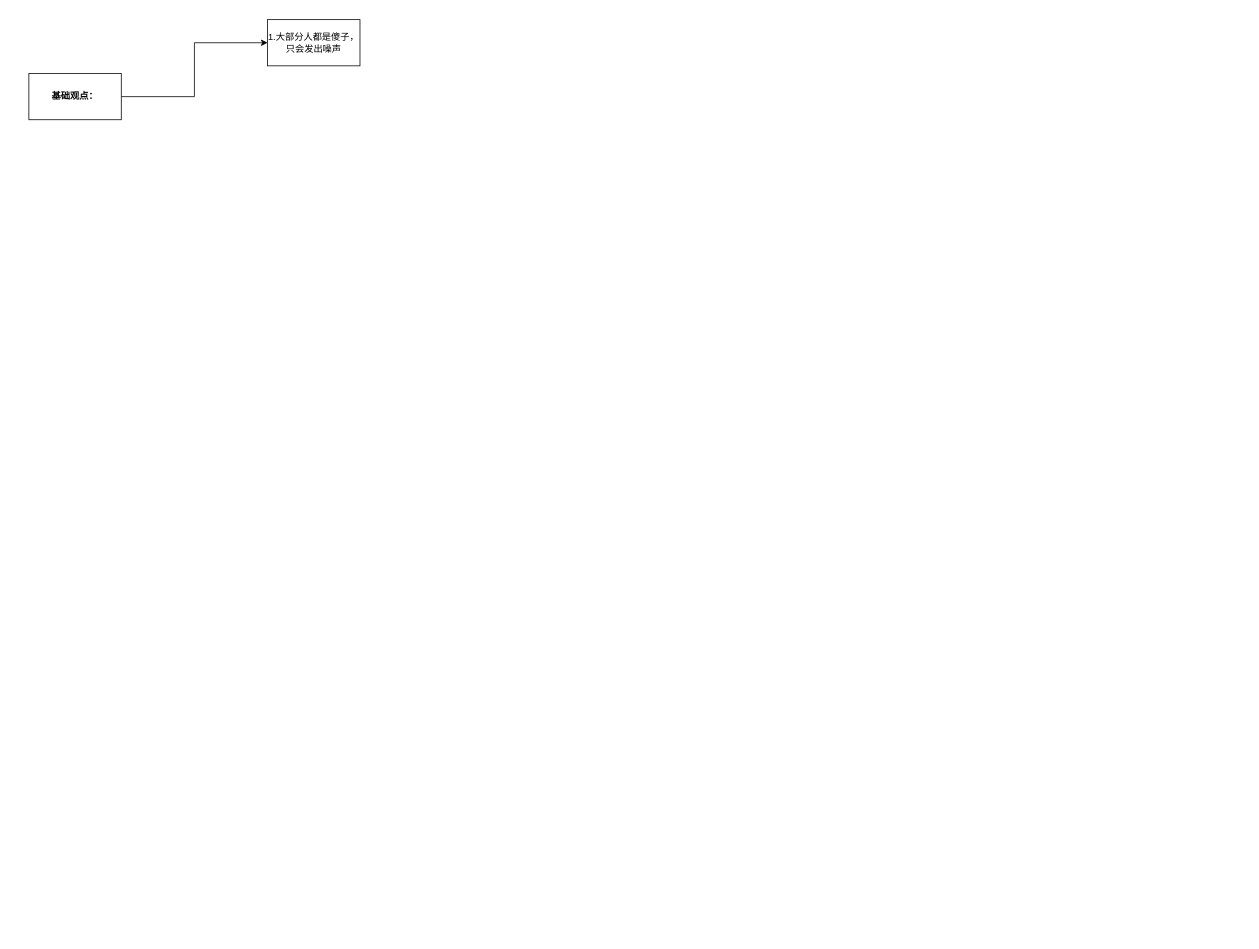
The draw.io diagram 写文总体思路.drawio in CaptainCCCP/Draw-io-cloud, before the edit. Source tidied: cells renumbered, new cells numbered last; positions are measured from the earlier drawing's top-left corner, leaving out a move shared by most shapes. Both pictures are drawn from the tidied source at 77%, with x=0, y=0 at pixel (28, 19).
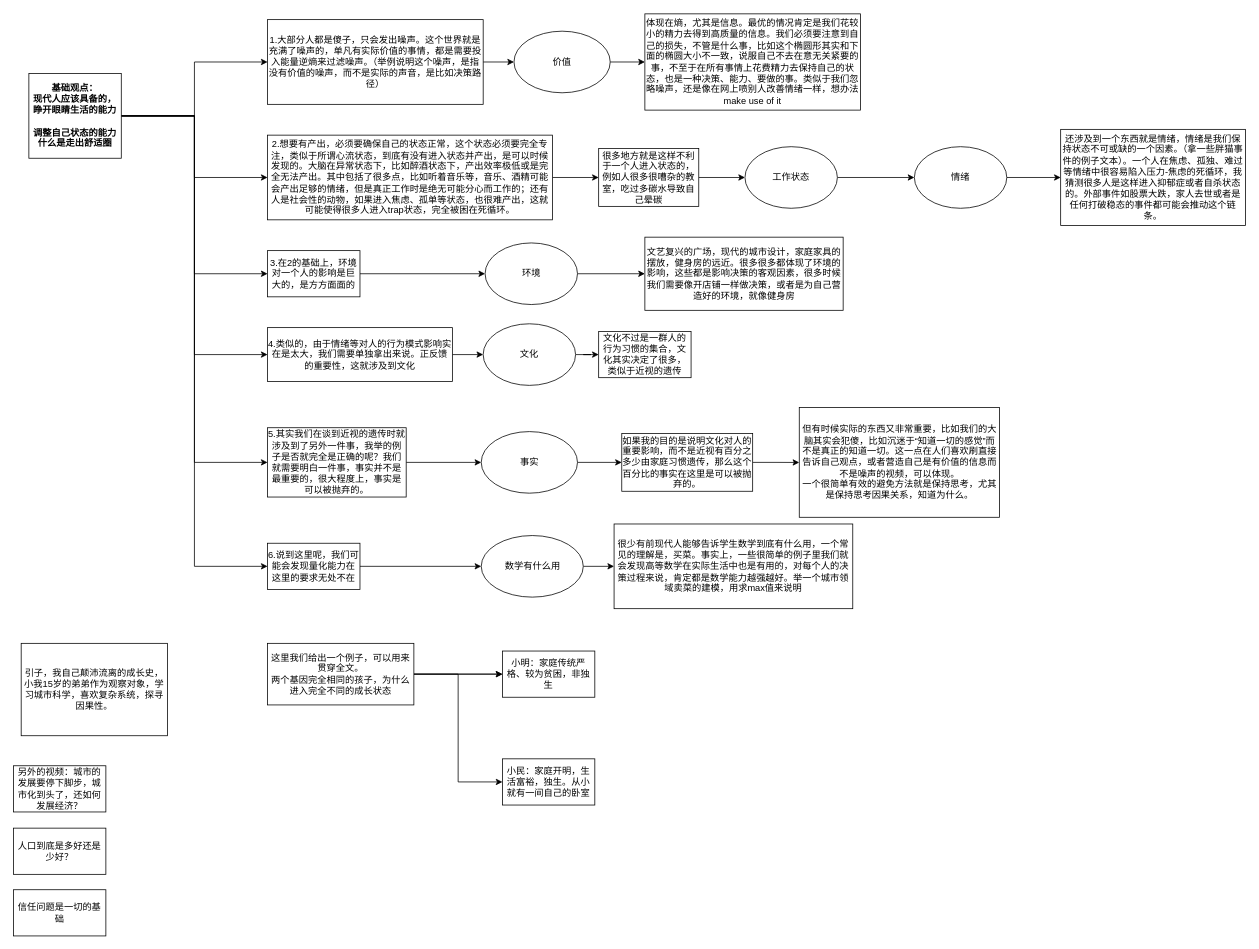
After the change.

Commit message:
更新写文总体思路.drawio

The edit, as a diff of the source:
```diff
@@
+    <mxCell id="5" style="edgeStyle=orthogonalEdgeStyle;rounded=0;jettySize=auto;html=1;exitX=1;exitY=0.5;exitDx=0;exitDy=0;" parent="1" edge="1" source="3" target="12">
+      <mxGeometry relative="1" as="geometry" />
+    </mxCell>
+    <mxCell id="6" style="edgeStyle=orthogonalEdgeStyle;rounded=0;jettySize=auto;html=1;entryX=0;entryY=0.5;entryDx=0;entryDy=0;" parent="1" edge="1" source="3" target="14">
+      <mxGeometry relative="1" as="geometry" />
+    </mxCell>
+    <mxCell id="7" style="edgeStyle=orthogonalEdgeStyle;rounded=0;jettySize=auto;html=1;entryX=0;entryY=0.5;entryDx=0;entryDy=0;" parent="1" edge="1" source="3" target="18">
+      <mxGeometry relative="1" as="geometry" />
+    </mxCell>
+    <mxCell id="8" style="edgeStyle=orthogonalEdgeStyle;rounded=0;jettySize=auto;html=1;entryX=0;entryY=0.5;entryDx=0;entryDy=0;" parent="1" edge="1" source="3" target="23">
+      <mxGeometry relative="1" as="geometry" />
+    </mxCell>
+    <mxCell id="9" style="edgeStyle=orthogonalEdgeStyle;rounded=0;jettySize=auto;html=1;exitX=1;exitY=0.5;exitDx=0;exitDy=0;entryX=0;entryY=0.5;entryDx=0;entryDy=0;" parent="1" edge="1" source="3" target="35">
+      <mxGeometry relative="1" as="geometry" />
+    </mxCell>
-    <mxCell id="3" value="&lt;b&gt;基础观点：&lt;/b&gt;" style="rounded=0;whiteSpace=wrap;html=1;" parent="1" vertex="1">
-      <mxGeometry y="70" width="120" height="60" as="geometry" />
+    <mxCell id="3" value="&lt;b&gt;基础观点：&lt;/b&gt;&lt;div&gt;&lt;b&gt;现代人应该具备的，睁开眼睛生活的能力&lt;/b&gt;&lt;/div&gt;&lt;div&gt;&lt;b&gt;&lt;br&gt;&lt;/b&gt;&lt;/div&gt;&lt;div&gt;&lt;b&gt;调整自己状态的能力&lt;/b&gt;&lt;/div&gt;&lt;div&gt;&lt;b&gt;什么是走出舒适圈&lt;/b&gt;&lt;/div&gt;" style="rounded=0;whiteSpace=wrap;html=1;" parent="1" vertex="1">
+      <mxGeometry y="70" width="120" height="110" as="geometry" />
     </mxCell>
+    <mxCell id="10" style="edgeStyle=orthogonalEdgeStyle;rounded=0;jettySize=auto;html=1;" parent="1" edge="1" source="4" target="32">
+      <mxGeometry relative="1" as="geometry" />
+    </mxCell>
-    <mxCell id="4" value="1.大部分人都是傻子，只会发出噪声" style="whiteSpace=wrap;html=1;rounded=0;" parent="1" vertex="1">
-      <mxGeometry x="310" width="120" height="60" as="geometry" />
+    <mxCell id="4" value="1.大部分人都是傻子，只会发出噪声。这个世界就是充满了噪声的，单凡有实际价值的事情，都是需要投入能量逆熵来过滤噪声。（举例说明这个噪声，是指没有价值的噪声，而不是实际的声音，是比如决策路径）" style="whiteSpace=wrap;html=1;rounded=0;" parent="1" vertex="1">
+      <mxGeometry x="310" width="280" height="110" as="geometry" />
     </mxCell>
+    <mxCell id="11" style="edgeStyle=orthogonalEdgeStyle;rounded=0;jettySize=auto;html=1;" parent="1" edge="1" source="12" target="16">
+      <mxGeometry relative="1" as="geometry" />
+    </mxCell>
+    <mxCell id="12" value="2.想要有产出，必须要确保自己的状态正常，这个状态必须要完全专注，类似于所谓心流状态，到底有没有进入状态并产出，是可以时候发现的。大脑在异常状态下，比如醉酒状态下，产出效率极低或是完全无法产出。其中包括了很多点，比如听着音乐等，音乐、酒精可能会产出足够的情绪，但是真正工作时是绝无可能分心而工作的；还有人是社会性的动物，如果进入焦虑、孤单等状态，也很难产出，这就可能使得很多人进入trap状态，完全被困在死循环。" style="rounded=0;whiteSpace=wrap;html=1;" parent="1" vertex="1">
+      <mxGeometry x="310" y="150" width="370" height="110" as="geometry" />
+    </mxCell>
+    <mxCell id="13" style="edgeStyle=orthogonalEdgeStyle;rounded=0;jettySize=auto;html=1;" parent="1" edge="1" source="14" target="27">
+      <mxGeometry relative="1" as="geometry" />
+    </mxCell>
+    <mxCell id="14" value="3.在2的基础上，环境对一个人的影响是巨大的，是方方面面的" style="whiteSpace=wrap;html=1;rounded=0;" parent="1" vertex="1">
+      <mxGeometry x="310" y="300" width="120" height="60" as="geometry" />
+    </mxCell>
+    <mxCell id="15" style="edgeStyle=orthogonalEdgeStyle;rounded=0;jettySize=auto;html=1;" parent="1" edge="1" source="16" target="40">
+      <mxGeometry relative="1" as="geometry" />
+    </mxCell>
+    <mxCell id="16" value="很多地方就是这样不利于一个人进入状态的，例如人很多很嘈杂的教室，吃过多碳水导致自己晕碳" style="whiteSpace=wrap;html=1;rounded=0;" parent="1" vertex="1">
+      <mxGeometry x="740" y="167.5" width="130" height="75" as="geometry" />
+    </mxCell>
+    <mxCell id="17" style="edgeStyle=orthogonalEdgeStyle;rounded=0;jettySize=auto;html=1;" parent="1" edge="1" source="18" target="20">
+      <mxGeometry relative="1" as="geometry" />
+    </mxCell>
+    <mxCell id="18" value="4.类似的，由于情绪等对人的行为模式影响实在是太大，我们需要单独拿出来说。正反馈的重要性，这就涉及到文化" style="whiteSpace=wrap;html=1;rounded=0;" parent="1" vertex="1">
+      <mxGeometry x="310" y="400" width="240" height="70" as="geometry" />
+    </mxCell>
+    <mxCell id="19" style="edgeStyle=orthogonalEdgeStyle;rounded=0;jettySize=auto;html=1;" parent="1" edge="1" source="20" target="21">
+      <mxGeometry relative="1" as="geometry" />
+    </mxCell>
+    <mxCell id="20" value="文化" style="ellipse;whiteSpace=wrap;html=1;" parent="1" vertex="1">
+      <mxGeometry x="590" y="395" width="120" height="80" as="geometry" />
+    </mxCell>
+    <mxCell id="21" value="文化不过是一群人的行为习惯的集合，文化其实决定了很多，类似于近视的遗传" style="whiteSpace=wrap;html=1;" parent="1" vertex="1">
+      <mxGeometry x="740" y="405" width="120" height="60" as="geometry" />
+    </mxCell>
+    <mxCell id="22" style="edgeStyle=orthogonalEdgeStyle;rounded=0;jettySize=auto;html=1;" parent="1" edge="1" source="23" target="25">
+      <mxGeometry relative="1" as="geometry" />
+    </mxCell>
+    <mxCell id="23" value="5.其实我们在谈到近视的遗传时就涉及到了另外一件事，我举的例子是否就完全是正确的呢？我们就需要明白一件事，事实并不是最重要的，很大程度上，事实是可以被抛弃的。" style="rounded=0;whiteSpace=wrap;html=1;" parent="1" vertex="1">
+      <mxGeometry x="310" y="530" width="180" height="90" as="geometry" />
+    </mxCell>
+    <mxCell id="24" style="edgeStyle=orthogonalEdgeStyle;rounded=0;jettySize=auto;html=1;" parent="1" edge="1" source="25" target="29">
+      <mxGeometry relative="1" as="geometry" />
+    </mxCell>
+    <mxCell id="25" value="事实" style="ellipse;whiteSpace=wrap;html=1;rounded=0;" parent="1" vertex="1">
+      <mxGeometry x="587.5" y="535" width="125" height="80" as="geometry" />
+    </mxCell>
+    <mxCell id="26" style="edgeStyle=orthogonalEdgeStyle;rounded=0;jettySize=auto;html=1;" parent="1" edge="1" source="27" target="30">
+      <mxGeometry relative="1" as="geometry" />
+    </mxCell>
+    <mxCell id="27" value="环境" style="ellipse;whiteSpace=wrap;html=1;rounded=0;" parent="1" vertex="1">
+      <mxGeometry x="592.5" y="290" width="120" height="80" as="geometry" />
+    </mxCell>
+    <mxCell id="28" style="edgeStyle=orthogonalEdgeStyle;rounded=0;jettySize=auto;html=1;" parent="1" edge="1" source="29" target="41">
+      <mxGeometry relative="1" as="geometry" />
+    </mxCell>
+    <mxCell id="29" value="如果我的目的是说明文化对人的重要影响，而不是近视有百分之多少由家庭习惯遗传，那么这个百分比的事实在这里是可以被抛弃的。" style="whiteSpace=wrap;html=1;rounded=0;" parent="1" vertex="1">
+      <mxGeometry x="770" y="537.5" width="170" height="75" as="geometry" />
+    </mxCell>
+    <mxCell id="30" value="文艺复兴的广场，现代的城市设计，家庭家具的摆放，健身房的远近。很多很多都体现了环境的影响，这些都是影响决策的客观因素，很多时候我们需要像开店铺一样做决策，或者是为自己营造好的环境，就像健身房" style="whiteSpace=wrap;html=1;rounded=0;" parent="1" vertex="1">
+      <mxGeometry x="800" y="282.5" width="257.5" height="95" as="geometry" />
+    </mxCell>
+    <mxCell id="31" style="edgeStyle=orthogonalEdgeStyle;rounded=0;jettySize=auto;html=1;" parent="1" edge="1" source="32" target="33">
+      <mxGeometry relative="1" as="geometry" />
+    </mxCell>
+    <mxCell id="32" value="价值" style="ellipse;whiteSpace=wrap;html=1;rounded=0;" parent="1" vertex="1">
+      <mxGeometry x="630" y="15" width="125" height="80" as="geometry" />
+    </mxCell>
+    <mxCell id="33" value="体现在熵，尤其是信息。最优的情况肯定是我们花较小的精力去得到高质量的信息。我们必须要注意到自己的损失，不管是什么事，比如这个椭圆形其实和下面的椭圆大小不一致，说服自己不去在意无关紧要的事，不至于在所有事情上花费精力去保持自己的状态，也是一种决策、能力、要做的事。类似于我们忽略噪声，还是像在网上喷别人改善情绪一样，想办法make use of it" style="whiteSpace=wrap;html=1;rounded=0;" parent="1" vertex="1">
+      <mxGeometry x="800" y="-7.5" width="280" height="125" as="geometry" />
+    </mxCell>
+    <mxCell id="34" style="edgeStyle=orthogonalEdgeStyle;rounded=0;jettySize=auto;html=1;" parent="1" edge="1" source="35" target="37">
+      <mxGeometry relative="1" as="geometry" />
+    </mxCell>
+    <mxCell id="35" value="6.说到这里呢，我们可能会发现量化能力在这里的要求无处不在" style="rounded=0;whiteSpace=wrap;html=1;" parent="1" vertex="1">
+      <mxGeometry x="310" y="680" width="120" height="60" as="geometry" />
+    </mxCell>
+    <mxCell id="36" style="edgeStyle=orthogonalEdgeStyle;rounded=0;jettySize=auto;html=1;" parent="1" edge="1" source="37" target="38">
+      <mxGeometry relative="1" as="geometry" />
+    </mxCell>
+    <mxCell id="37" value="数学有什么用" style="ellipse;whiteSpace=wrap;html=1;rounded=0;" parent="1" vertex="1">
+      <mxGeometry x="587.5" y="670" width="132.5" height="80" as="geometry" />
+    </mxCell>
+    <mxCell id="38" value="很少有前现代人能够告诉学生数学到底有什么用，一个常见的理解是，买菜。事实上，一些很简单的例子里我们就会发现高等数学在实际生活中也是有用的，对每个人的决策过程来说，肯定都是数学能力越强越好。举一个城市领域卖菜的建模，用求max值来说明" style="whiteSpace=wrap;html=1;rounded=0;" parent="1" vertex="1">
+      <mxGeometry x="760" y="655" width="310" height="110" as="geometry" />
+    </mxCell>
+    <mxCell id="39" style="edgeStyle=orthogonalEdgeStyle;rounded=0;jettySize=auto;html=1;" parent="1" edge="1" source="40" target="43">
+      <mxGeometry relative="1" as="geometry" />
+    </mxCell>
+    <mxCell id="40" value="工作状态" style="ellipse;whiteSpace=wrap;html=1;rounded=0;" parent="1" vertex="1">
+      <mxGeometry x="930" y="165" width="120" height="80" as="geometry" />
+    </mxCell>
+    <mxCell id="41" value="但有时候实际的东西又非常重要，比如我们的大脑其实会犯傻，比如沉迷于“知道一切的感觉”而不是真正的知道一切。这一点在人们喜欢刷直接告诉自己观点，或者营造自己是有价值的信息而不是噪声的视频，可以体现。&lt;div&gt;一个很简单有效的避免方法就是保持思考，尤其是保持思考因果关系，知道为什么。&lt;/div&gt;" style="whiteSpace=wrap;html=1;rounded=0;" parent="1" vertex="1">
+      <mxGeometry x="1000.5" y="503.8" width="260" height="142.5" as="geometry" />
+    </mxCell>
+    <mxCell id="42" style="edgeStyle=orthogonalEdgeStyle;rounded=0;jettySize=auto;html=1;" parent="1" edge="1" source="43" target="44">
+      <mxGeometry relative="1" as="geometry" />
+    </mxCell>
+    <mxCell id="43" value="情绪" style="ellipse;whiteSpace=wrap;html=1;rounded=0;" parent="1" vertex="1">
+      <mxGeometry x="1150" y="165" width="120" height="80" as="geometry" />
+    </mxCell>
+    <mxCell id="44" value="还涉及到一个东西就是情绪，情绪是我们保持状态不可或缺的一个因素。（拿一些胖猫事件的例子文本）。一个人在焦虑、孤独、难过等情绪中很容易陷入压力-焦虑的死循环，我猜测很多人是这样进入抑郁症或者自杀状态的。外部事件如股票大跌，家人去世或者是任何打破稳态的事件都可能会推动这个链条。" style="whiteSpace=wrap;html=1;rounded=0;" parent="1" vertex="1">
+      <mxGeometry x="1340" y="142.5" width="240" height="125" as="geometry" />
+    </mxCell>
+    <mxCell id="45" style="edgeStyle=orthogonalEdgeStyle;rounded=0;jettySize=auto;html=1;" parent="1" edge="1" source="48" target="49">
+      <mxGeometry relative="1" as="geometry" />
+    </mxCell>
+    <mxCell id="46" style="edgeStyle=orthogonalEdgeStyle;rounded=0;jettySize=auto;html=1;" parent="1" edge="1" source="48" target="49">
+      <mxGeometry relative="1" as="geometry" />
+    </mxCell>
+    <mxCell id="47" style="edgeStyle=orthogonalEdgeStyle;rounded=0;jettySize=auto;html=1;entryX=0;entryY=0.5;entryDx=0;entryDy=0;" parent="1" edge="1" source="48" target="50">
+      <mxGeometry relative="1" as="geometry" />
+    </mxCell>
+    <mxCell id="48" value="这里我们给出一个例子，可以用来贯穿全文。&lt;div&gt;两个基因完全相同的孩子，为什么进入完全不同的成长状态&lt;/div&gt;" style="rounded=0;whiteSpace=wrap;html=1;" parent="1" vertex="1">
+      <mxGeometry x="310" y="810" width="190" height="80" as="geometry" />
+    </mxCell>
+    <mxCell id="49" value="小明：家庭传统严格、较为贫困，非独生" style="whiteSpace=wrap;html=1;rounded=0;" parent="1" vertex="1">
+      <mxGeometry x="615" y="820" width="120" height="60" as="geometry" />
+    </mxCell>
+    <mxCell id="50" value="小民：家庭开明，生活富裕，独生。从小就有一间自己的卧室" style="rounded=0;whiteSpace=wrap;html=1;" parent="1" vertex="1">
+      <mxGeometry x="615" y="960" width="120" height="60" as="geometry" />
+    </mxCell>
+    <mxCell id="51" value="引子，我自己颠沛流离的成长史，小我15岁的弟弟作为观察对象，学习城市科学，喜欢复杂系统，探寻因果性。" style="rounded=0;whiteSpace=wrap;html=1;" parent="1" vertex="1">
+      <mxGeometry x="-10" y="810" width="190" height="120" as="geometry" />
+    </mxCell>
+    <mxCell id="52" value="另外的视频：城市的发展要停下脚步，城市化到头了，还如何发展经济？" style="rounded=0;whiteSpace=wrap;html=1;" parent="1" vertex="1">
+      <mxGeometry x="-20" y="969" width="120" height="60" as="geometry" />
+    </mxCell>
+    <mxCell id="53" value="人口到底是多好还是少好？" style="rounded=0;whiteSpace=wrap;html=1;" parent="1" vertex="1">
+      <mxGeometry x="-20" y="1050" width="120" height="60" as="geometry" />
+    </mxCell>
+    <mxCell id="54" value="信任问题是一切的基础" style="rounded=0;whiteSpace=wrap;html=1;" parent="1" vertex="1">
+      <mxGeometry x="-20" y="1130" width="120" height="60" as="geometry" />
+    </mxCell>
```
